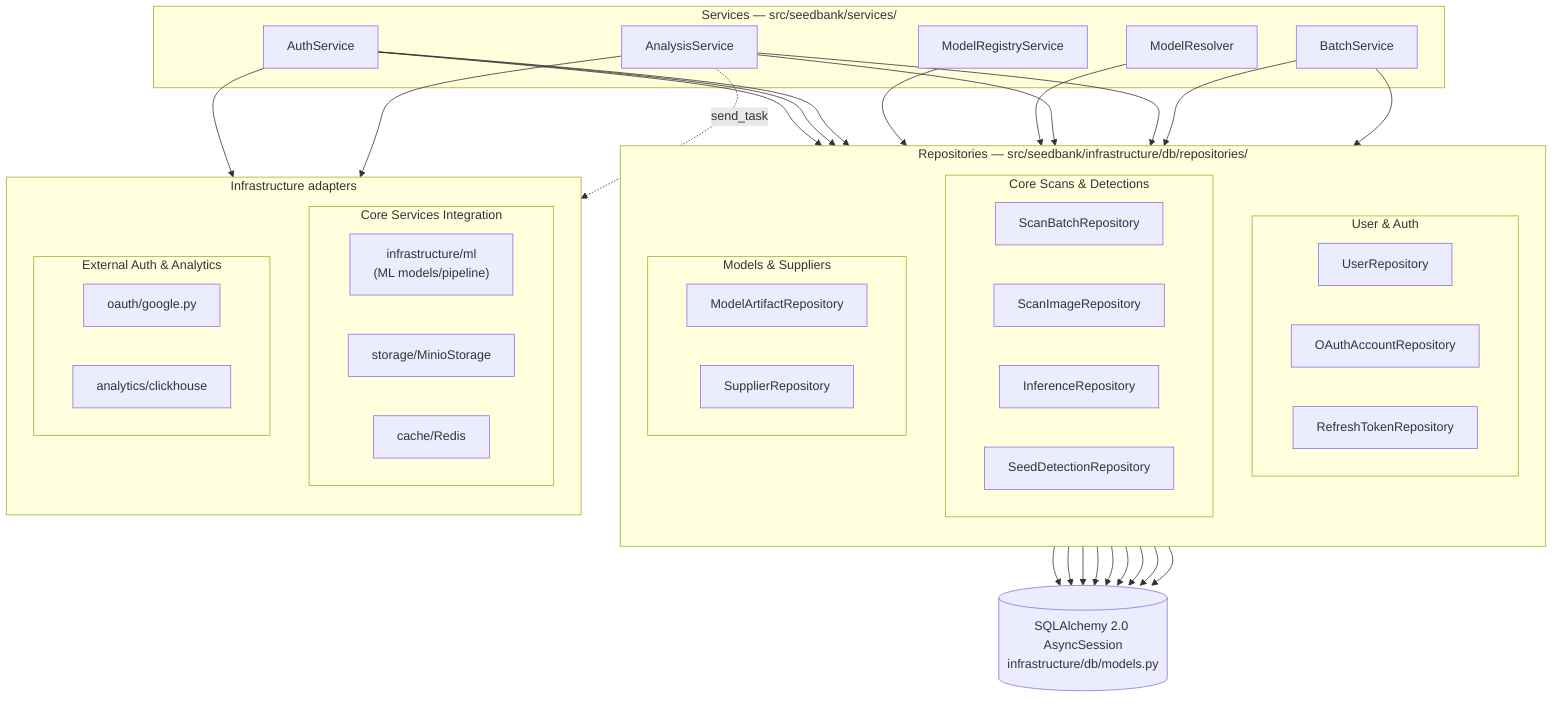
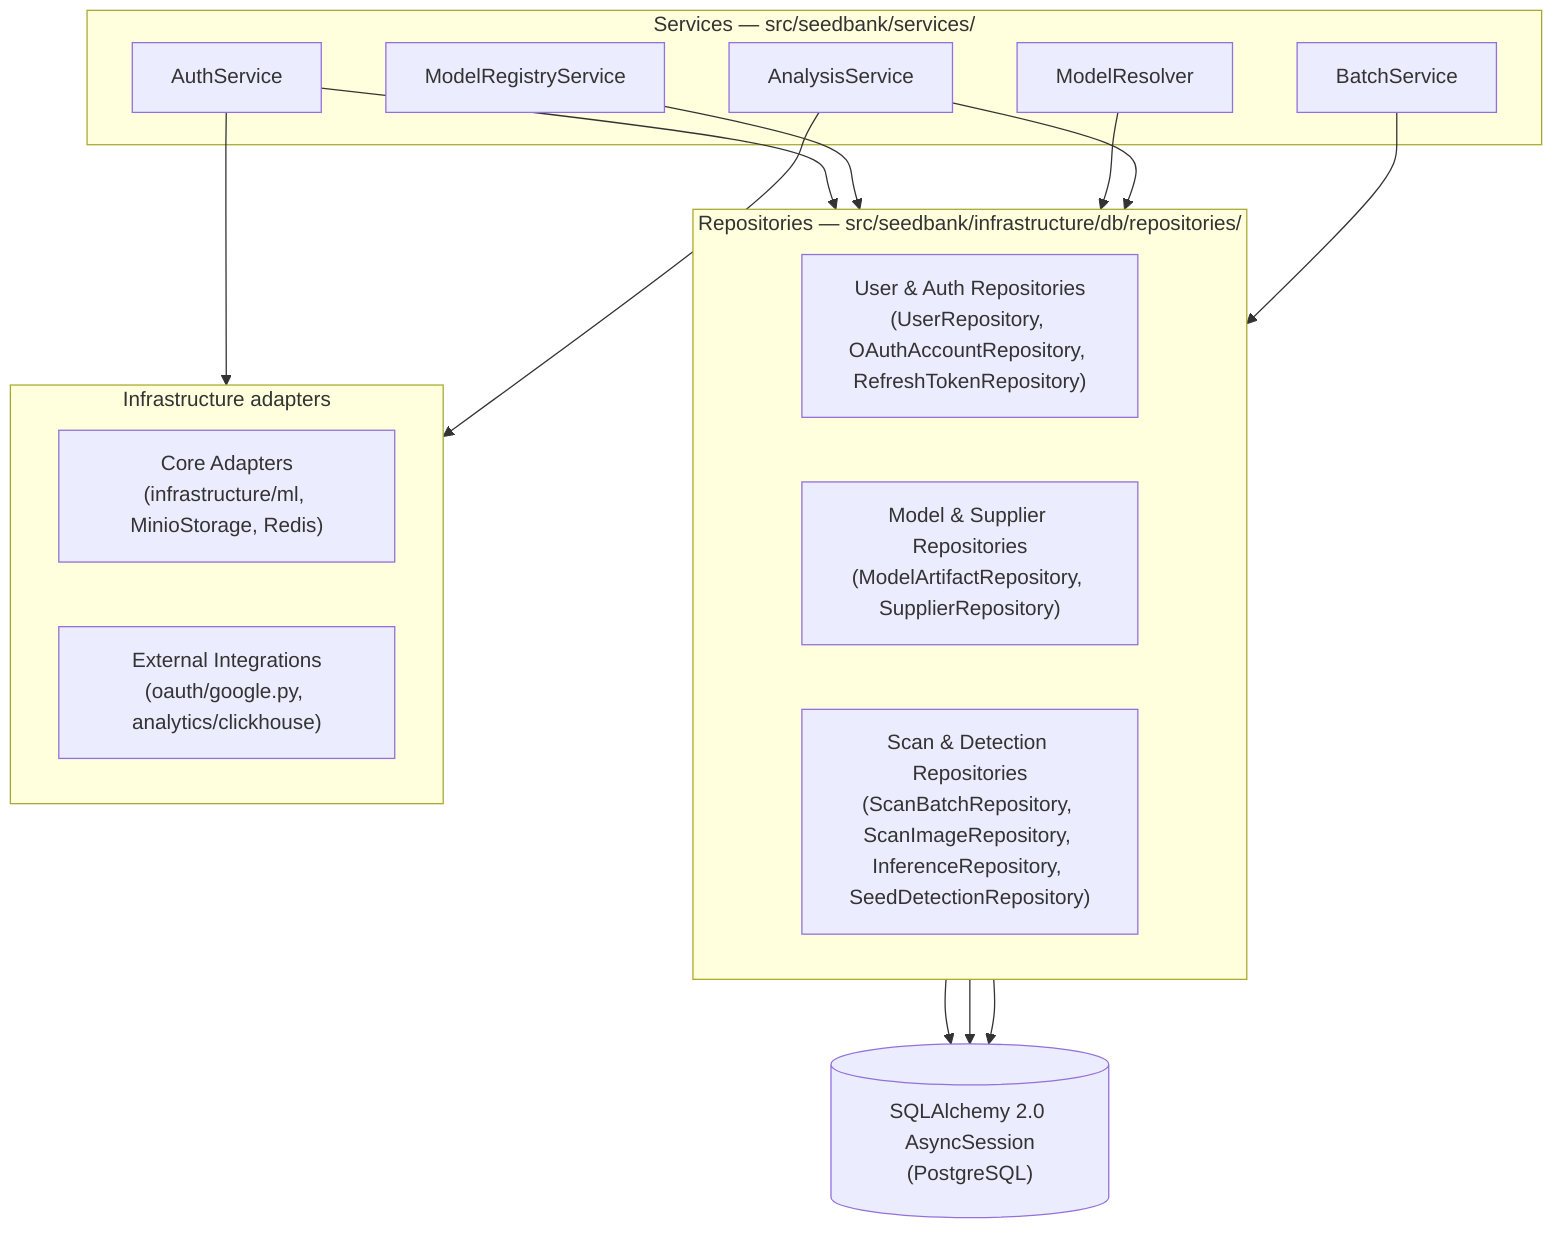
flowchart TB
    subgraph SVC["Services — src/seedbank/services/"]
        S_AUTH["AuthService"]
        S_REG["ModelRegistryService"]
        S_TR["ModelResolver"]
        S_AN["AnalysisService"]
        S_BAT["BatchService"]
    end

    subgraph REPO["Repositories — src/seedbank/infrastructure/db/repositories/"]
-         direction TB
-         subgraph REPO1["User & Auth"]
-             direction LR
-             R_USER["UserRepository"]
-             R_OAUTH["OAuthAccountRepository"]
-             R_RT["RefreshTokenRepository"]
-         end
-         subgraph REPO2["Core Scans & Detections"]
-             direction LR
-             R_SB["ScanBatchRepository"]
-             R_SI["ScanImageRepository"]
-             R_INF["InferenceRepository"]
-             R_SD["SeedDetectionRepository"]
-         end
-         subgraph REPO3["Models & Suppliers"]
-             direction LR
-             R_MA["ModelArtifactRepository"]
-             R_SUP["SupplierRepository"]
-         end
+         direction LR
+         AuthRepos["User & Auth Repositories<br/>(UserRepository, OAuthAccountRepository, RefreshTokenRepository)"]
+         ModelRepos["Model & Supplier Repositories<br/>(ModelArtifactRepository, SupplierRepository)"]
+         ScanRepos["Scan & Detection Repositories<br/>(ScanBatchRepository, ScanImageRepository, InferenceRepository, SeedDetectionRepository)"]
    end

    subgraph INFRA["Infrastructure adapters"]
-         direction TB
-         subgraph INFRA1["Core Services Integration"]
-             direction LR
-             ML["infrastructure/ml<br/>(ML models/pipeline)"]
-             STO["storage/MinioStorage"]
-             CACHE["cache/Redis"]
-         end
-         subgraph INFRA2["External Auth & Analytics"]
-             direction LR
-             OAUTH["oauth/google.py"]
-             ANA["analytics/clickhouse"]
-         end
+         direction LR
+         CoreAdapters["Core Adapters<br/>(infrastructure/ml, MinioStorage, Redis)"]
+         ExtAdapters["External Integrations<br/>(oauth/google.py, analytics/clickhouse)"]
    end

-     ORM[("SQLAlchemy 2.0 AsyncSession<br/>infrastructure/db/models.py")]
+     ORM[("SQLAlchemy 2.0 AsyncSession<br/>(PostgreSQL)")]

-     S_AUTH --> R_USER
-     S_AUTH --> R_OAUTH
-     S_AUTH --> R_RT
-     S_AUTH --> OAUTH
+     S_AUTH --> AuthRepos
+     S_AUTH --> ExtAdapters

-     S_REG --> R_MA
-     S_TR --> R_MA
-     S_AN --> R_SB
-     S_AN --> R_SI
-     S_AN --> STO
-     S_AN -. "send_task" .-> CACHE
-     S_BAT --> R_SB
-     S_BAT --> R_SI
+     S_REG --> ModelRepos
+     S_TR --> ModelRepos
+     S_AN --> ScanRepos
+     S_AN --> CoreAdapters
+     S_BAT --> ScanRepos

-     R_USER --> ORM
-     R_OAUTH --> ORM
-     R_RT --> ORM
-     R_MA --> ORM
-     R_SUP --> ORM
-     R_SB --> ORM
-     R_SI --> ORM
-     R_INF --> ORM
-     R_SD --> ORM
+     AuthRepos --> ORM
+     ModelRepos --> ORM
+     ScanRepos --> ORM
